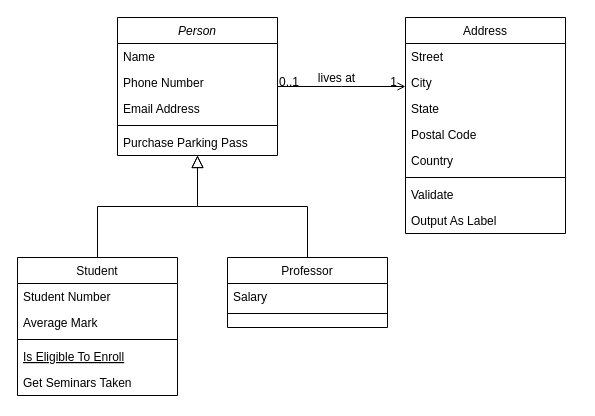
Above: Untitled Diagram.drawio in mmravak/Youtube_Scrapy (draw.io), before the change. Source tidied: cells renumbered, new cells numbered last; positions are measured from the earlier drawing's top-left corner, leaving out a move shared by most shapes. Both pictures are drawn from the tidied source at 100%, with x=0, y=0 at pixel (17, 17).
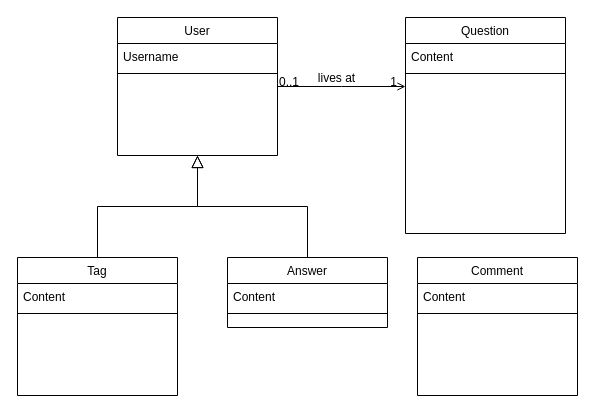
Above is the later version.

Diff of the diagram source:
```diff
@@
-    <mxCell id="2" value="Person" style="swimlane;fontStyle=2;align=center;verticalAlign=top;horizontal=1;startSize=26;rounded=0;shadow=0;strokeWidth=1;" parent="1" vertex="1">
+    <mxCell id="2" value="User" style="swimlane;fontStyle=0;align=center;verticalAlign=top;horizontal=1;startSize=26;rounded=0;shadow=0;strokeWidth=1;" parent="1" vertex="1">
       <mxGeometry x="100" width="160" height="138" as="geometry" />
     </mxCell>
-    <mxCell id="3" value="Name" style="text;align=left;verticalAlign=top;spacingLeft=4;spacingRight=4;overflow=hidden;" parent="2" vertex="1">
+    <mxCell id="3" value="Username" style="text;align=left;verticalAlign=top;spacingLeft=4;spacingRight=4;overflow=hidden;" parent="2" vertex="1">
       <mxGeometry y="26" width="160" height="26" as="geometry" />
     </mxCell>
-    <mxCell id="4" value="Phone Number" style="text;align=left;verticalAlign=top;spacingLeft=4;spacingRight=4;overflow=hidden;rounded=0;shadow=0;html=0;" parent="2" vertex="1">
-      <mxGeometry y="52" width="160" height="26" as="geometry" />
-    </mxCell>
-    <mxCell id="5" value="Email Address" style="text;align=left;verticalAlign=top;spacingLeft=4;spacingRight=4;overflow=hidden;rounded=0;shadow=0;html=0;" parent="2" vertex="1">
-      <mxGeometry y="78" width="160" height="26" as="geometry" />
-    </mxCell>
     <mxCell id="6" style="line;html=1;strokeWidth=1;align=left;verticalAlign=middle;spacingTop=-1;spacingLeft=3;spacingRight=3;labelPosition=right;" parent="2" vertex="1">
-      <mxGeometry y="104" width="160" height="8" as="geometry" />
+      <mxGeometry y="52" width="160" height="8" as="geometry" />
     </mxCell>
-    <mxCell id="7" value="Purchase Parking Pass" style="text;align=left;verticalAlign=top;spacingLeft=4;spacingRight=4;overflow=hidden;" parent="2" vertex="1">
-      <mxGeometry y="112" width="160" height="26" as="geometry" />
-    </mxCell>
-    <mxCell id="8" value="Student" style="swimlane;fontStyle=0;align=center;verticalAlign=top;horizontal=1;startSize=26;rounded=0;shadow=0;strokeWidth=1;" parent="1" vertex="1">
+    <mxCell id="8" value="Tag" style="swimlane;fontStyle=0;align=center;verticalAlign=top;horizontal=1;startSize=26;rounded=0;shadow=0;strokeWidth=1;" parent="1" vertex="1">
       <mxGeometry y="240" width="160" height="138" as="geometry" />
     </mxCell>
-    <mxCell id="9" value="Student Number" style="text;align=left;verticalAlign=top;spacingLeft=4;spacingRight=4;overflow=hidden;" parent="8" vertex="1">
-      <mxGeometry y="26" width="160" height="26" as="geometry" />
-    </mxCell>
-    <mxCell id="10" value="Average Mark" style="text;align=left;verticalAlign=top;spacingLeft=4;spacingRight=4;overflow=hidden;rounded=0;shadow=0;html=0;" parent="8" vertex="1">
-      <mxGeometry y="52" width="160" height="26" as="geometry" />
+    <mxCell id="10" value="Content" style="text;align=left;verticalAlign=top;spacingLeft=4;spacingRight=4;overflow=hidden;rounded=0;shadow=0;html=0;" parent="8" vertex="1">
+      <mxGeometry y="26" width="160" height="26" as="geometry" />
     </mxCell>
     <mxCell id="11" style="line;html=1;strokeWidth=1;align=left;verticalAlign=middle;spacingTop=-1;spacingLeft=3;spacingRight=3;labelPosition=right;" parent="8" vertex="1">
-      <mxGeometry y="78" width="160" height="8" as="geometry" />
+      <mxGeometry y="52" width="160" height="8" as="geometry" />
     </mxCell>
-    <mxCell id="12" value="Is Eligible To Enroll" style="text;align=left;verticalAlign=top;spacingLeft=4;spacingRight=4;overflow=hidden;fontStyle=4;" parent="8" vertex="1">
-      <mxGeometry y="86" width="160" height="26" as="geometry" />
-    </mxCell>
-    <mxCell id="13" value="Get Seminars Taken" style="text;align=left;verticalAlign=top;spacingLeft=4;spacingRight=4;overflow=hidden;" parent="8" vertex="1">
-      <mxGeometry y="112" width="160" height="26" as="geometry" />
-    </mxCell>
@@
-    <mxCell id="15" value="Professor" style="swimlane;fontStyle=0;align=center;verticalAlign=top;horizontal=1;startSize=26;rounded=0;shadow=0;strokeWidth=1;" parent="1" vertex="1">
+    <mxCell id="15" value="Answer" style="swimlane;fontStyle=0;align=center;verticalAlign=top;horizontal=1;startSize=26;rounded=0;shadow=0;strokeWidth=1;" parent="1" vertex="1">
       <mxGeometry x="210" y="240" width="160" height="70" as="geometry" />
     </mxCell>
-    <mxCell id="16" value="Salary" style="text;align=left;verticalAlign=top;spacingLeft=4;spacingRight=4;overflow=hidden;" parent="15" vertex="1">
+    <mxCell id="16" value="Content" style="text;align=left;verticalAlign=top;spacingLeft=4;spacingRight=4;overflow=hidden;" parent="15" vertex="1">
       <mxGeometry y="26" width="160" height="26" as="geometry" />
     </mxCell>
@@
-    <mxCell id="19" value="Address" style="swimlane;fontStyle=0;align=center;verticalAlign=top;horizontal=1;startSize=26;rounded=0;shadow=0;strokeWidth=1;" parent="1" vertex="1">
+    <mxCell id="19" value="Question" style="swimlane;fontStyle=0;align=center;verticalAlign=top;horizontal=1;startSize=26;rounded=0;shadow=0;strokeWidth=1;" parent="1" vertex="1">
       <mxGeometry x="388" width="160" height="216" as="geometry" />
     </mxCell>
-    <mxCell id="20" value="Street" style="text;align=left;verticalAlign=top;spacingLeft=4;spacingRight=4;overflow=hidden;" parent="19" vertex="1">
-      <mxGeometry y="26" width="160" height="26" as="geometry" />
-    </mxCell>
-    <mxCell id="21" value="City" style="text;align=left;verticalAlign=top;spacingLeft=4;spacingRight=4;overflow=hidden;rounded=0;shadow=0;html=0;" parent="19" vertex="1">
-      <mxGeometry y="52" width="160" height="26" as="geometry" />
-    </mxCell>
-    <mxCell id="22" value="State" style="text;align=left;verticalAlign=top;spacingLeft=4;spacingRight=4;overflow=hidden;rounded=0;shadow=0;html=0;" parent="19" vertex="1">
-      <mxGeometry y="78" width="160" height="26" as="geometry" />
-    </mxCell>
-    <mxCell id="23" value="Postal Code" style="text;align=left;verticalAlign=top;spacingLeft=4;spacingRight=4;overflow=hidden;rounded=0;shadow=0;html=0;" parent="19" vertex="1">
-      <mxGeometry y="104" width="160" height="26" as="geometry" />
+    <mxCell id="23" value="Content" style="text;align=left;verticalAlign=top;spacingLeft=4;spacingRight=4;overflow=hidden;rounded=0;shadow=0;html=0;" parent="19" vertex="1">
+      <mxGeometry y="26" width="160" height="26" as="geometry" />
     </mxCell>
-    <mxCell id="24" value="Country" style="text;align=left;verticalAlign=top;spacingLeft=4;spacingRight=4;overflow=hidden;rounded=0;shadow=0;html=0;" parent="19" vertex="1">
-      <mxGeometry y="130" width="160" height="26" as="geometry" />
-    </mxCell>
     <mxCell id="25" style="line;html=1;strokeWidth=1;align=left;verticalAlign=middle;spacingTop=-1;spacingLeft=3;spacingRight=3;labelPosition=right;" parent="19" vertex="1">
-      <mxGeometry y="156" width="160" height="8" as="geometry" />
+      <mxGeometry y="52" width="160" height="8" as="geometry" />
     </mxCell>
-    <mxCell id="26" value="Validate" style="text;align=left;verticalAlign=top;spacingLeft=4;spacingRight=4;overflow=hidden;" parent="19" vertex="1">
-      <mxGeometry y="164" width="160" height="26" as="geometry" />
-    </mxCell>
-    <mxCell id="27" value="Output As Label" style="text;align=left;verticalAlign=top;spacingLeft=4;spacingRight=4;overflow=hidden;" parent="19" vertex="1">
-      <mxGeometry y="190" width="160" height="26" as="geometry" />
-    </mxCell>
@@
+    <mxCell id="32" value="Comment" style="swimlane;fontStyle=0;align=center;verticalAlign=top;horizontal=1;startSize=26;rounded=0;shadow=0;strokeWidth=1;" parent="1" vertex="1">
+      <mxGeometry x="400" y="240" width="160" height="138" as="geometry" />
+    </mxCell>
+    <mxCell id="33" value="Content" style="text;align=left;verticalAlign=top;spacingLeft=4;spacingRight=4;overflow=hidden;" parent="32" vertex="1">
+      <mxGeometry y="26" width="160" height="26" as="geometry" />
+    </mxCell>
+    <mxCell id="34" style="line;html=1;strokeWidth=1;align=left;verticalAlign=middle;spacingTop=-1;spacingLeft=3;spacingRight=3;labelPosition=right;" parent="32" vertex="1">
+      <mxGeometry y="52" width="160" height="8" as="geometry" />
+    </mxCell>
```
